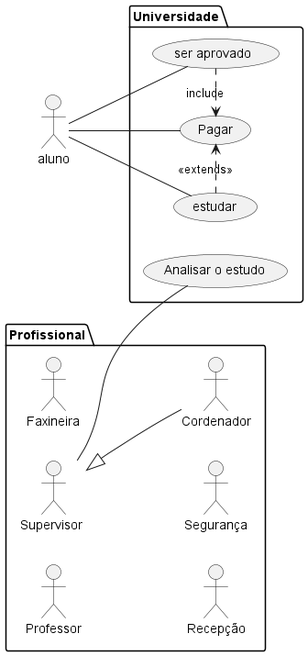
Before: Universidade.png, a diagram exported from PlantUML (Geios/eng1). The source it was exported from:
```plantuml
@startuml

left to right direction
actor aluno as c

Package Profissional {
actor Professor as P
actor Faxineira as F
actor Recepção as R
actor Segurança as S

  actor "Supervisor " as sa
  actor Cordenador as ch
}
package Universidade {
  usecase "ser aprovado" as UC1
  usecase "Pagar" as UC2
  usecase "estudar" as UC3
  usecase "Analisar o estudo" as UC4
  (UC1) .> (UC2) : include
  (UC3) .> (UC2) : <<extends>>
}
sa -- UC4
c -- UC1
c -- UC2
c -- UC3
sa <|-- ch
@enduml
```
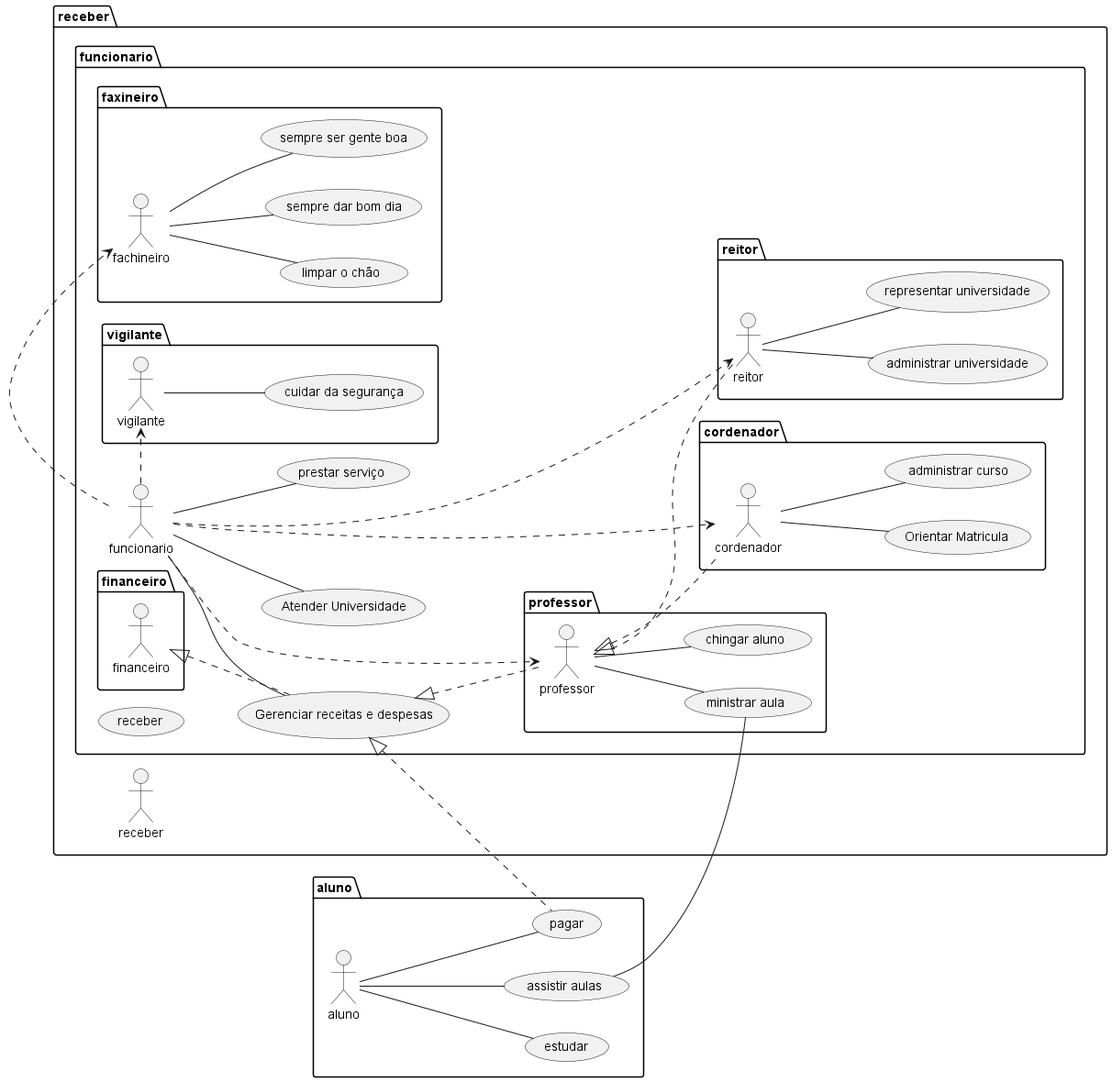
The same diagram one commit later.

Change to the diagram source:
```diff
@@ -1,28 +1,108 @@
 @startuml
 
+
+
 left to right direction
-actor aluno as c
 
-Package Profissional {
-actor Professor as P
-actor Faxineira as F
-actor Recepção as R
-actor Segurança as S
+ package receber{
+receber as re
 
-  actor "Supervisor " as sa
-  actor Cordenador as ch
+package funcionario{
+  actor funcionario as c
+  usecase "prestar serviço" as UC1
+  usecase "Atender Universidade" as UC2
+  usecase "Gerenciar receitas e despesas" as UC3
+  usecase "receber" as RE
+
+
+package financeiro{
+actor financeiro as fi
+
 }
-package Universidade {
-  usecase "ser aprovado" as UC1
-  usecase "Pagar" as UC2
-  usecase "estudar" as UC3
-  usecase "Analisar o estudo" as UC4
-  (UC1) .> (UC2) : include
-  (UC3) .> (UC2) : <<extends>>
+
+package cordenador{
+actor cordenador as co
+
+usecase "Orientar Matricula" as OM
+usecase " administrar curso" as AC
 }
-sa -- UC4
+
+  package faxineiro{
+actor fachineiro as fa
+
+usecase "limpar o chão" as LC
+usecase "sempre dar bom dia" as BD
+usecase "sempre ser gente boa" as GB
+
+}
+
+  package vigilante{
+actor vigilante as v
+ usecase "cuidar da segurança" as CS1
+
+}
+
+  package professor{
+actor professor as p
+usecase "ministrar aula" as MA1
+usecase "chingar aluno"  as MA2
+
+}
+
+package reitor {
+actor reitor as r
+usecase "administrar universidade" as RU1
+usecase "representar universidade" AS RU2
+}
+ }
+ }
+
+ package aluno{
+actor aluno as a
+
+usecase "estudar" as E
+usecase "pagar" as EN
+USECASE "assistir aulas" as BP
+}
+
+  usecase "prestar serviço" as UC1
+  usecase "Atender Universidade" as UC2
+  usecase "Gerenciar receitas e despesas" as UC3
+
+
+co -- OM
+co -- AC
+a -- E
+a -- EN
+a -- BP
+r -- RU1
+r -- RU2
+p -- MA1
+p -- MA2
 c -- UC1
 c -- UC2
 c -- UC3
-sa <|-- ch
+v -- CS1
+fa -- LC
+fa -- BD
+fa -- GB
+
+p <|.. r
+p <|.. co
+
+c .> p
+c .> fa
+c .> v
+c .> r
+c .> co
+
+BP -- MA1
+
+fi <|.. UC3
+
+ UC3 <|.. EN
+
+ UC3 <|.. p
+
+
 @enduml
```
